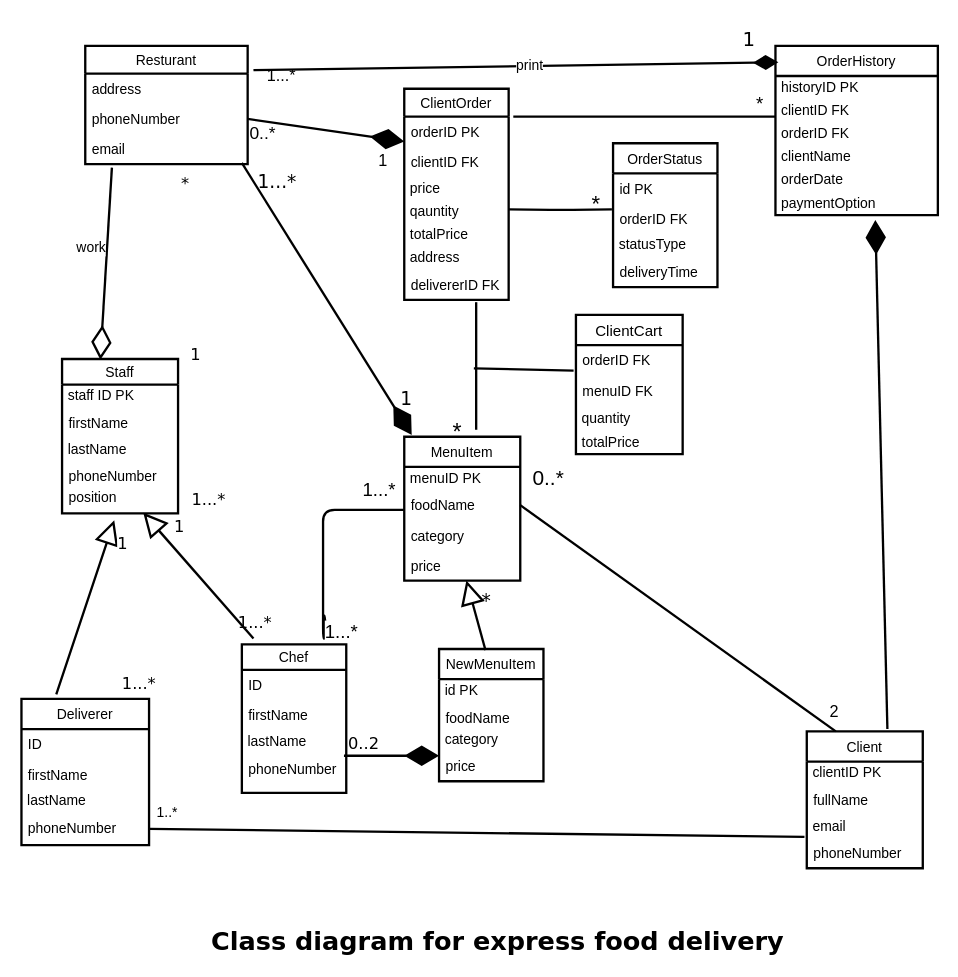
wallaceNdi/OC-PRO keeps this draw.io diagram as Class Diagram For Express food delivery resturant.drawio. Above is the earlier version. Source tidied: cells renumbered, new cells numbered last; positions are measured from the earlier drawing's top-left corner, leaving out a move shared by most shapes. Both pictures are drawn from the tidied source at 116%, with x=0, y=0 at pixel (21, 20).
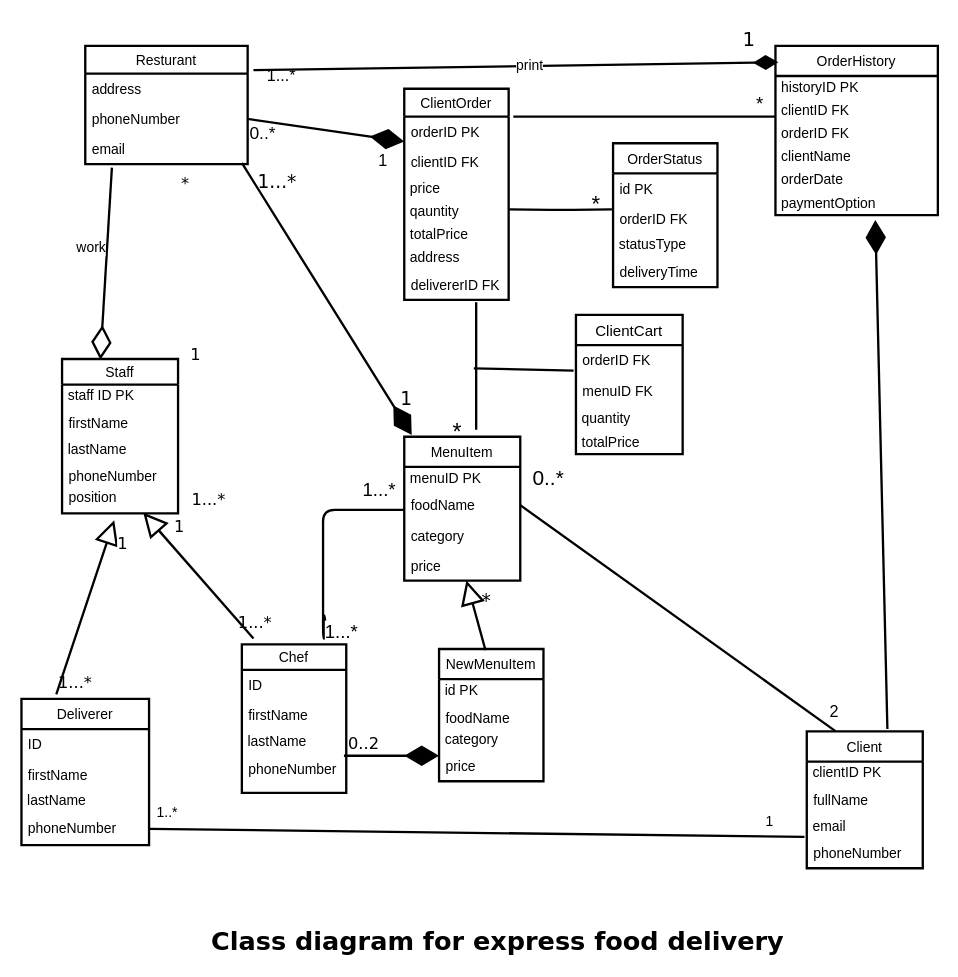
The same diagram, later.

The edit, as a diff of the source:
```diff
@@
     <mxCell id="63" value="1...*" style="text;html=1;align=left;verticalAlign=top;spacingTop=-4;fontSize=14;fontFamily=Verdana;" parent="1" vertex="1">
-      <mxGeometry x="85" y="561" width="50" height="20" as="geometry" />
+      <mxGeometry x="30" y="560" width="50" height="20" as="geometry" />
     </mxCell>
@@
+    <mxCell id="104" value="1" style="text;html=1;align=left;verticalAlign=top;spacingTop=-4;" parent="1" vertex="1">
+      <mxGeometry x="640" y="681" width="20" height="20" as="geometry" />
+    </mxCell>
```
